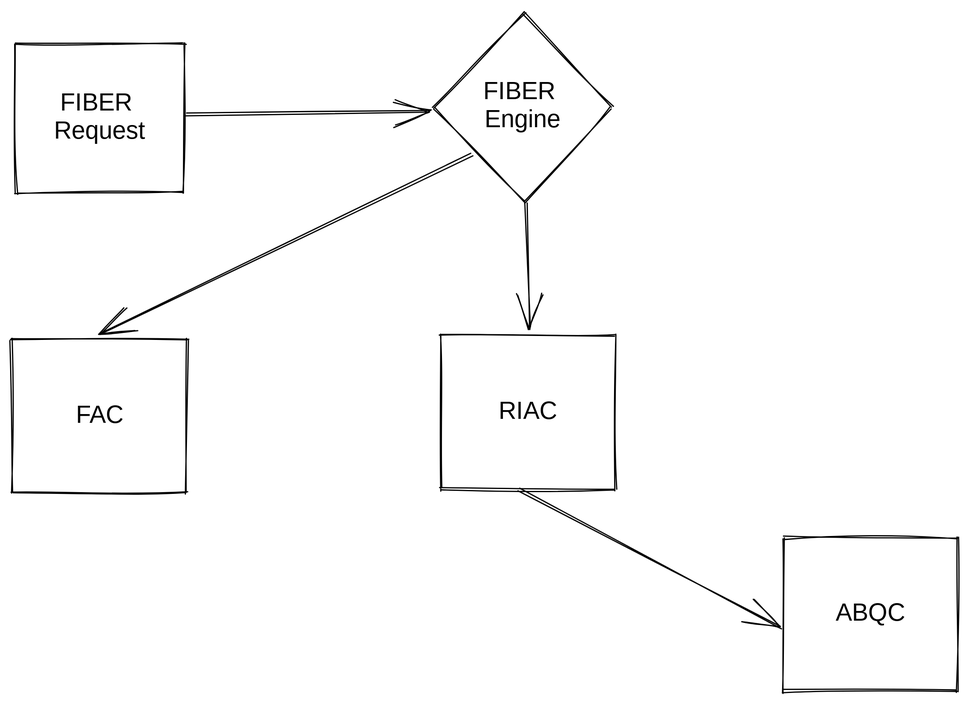
Earlier version of the Excalidraw export .gitbook/assets/file.drawing (2).svg (ferrumnet/ferrum-network-multiSwap-and-bridge-architecture). Source tidied: one line per element, renumbered; positions are measured from the earlier drawing's top-left corner, leaving out a move shared by most shapes. Its diagram source:
```json
{"id": 0, "type": "diamond", "strokeColor": "#000000", "strokeWidth": 1, "roughness": 1, "x": 343, "y": 0, "width": 144, "height": 154}
{"id": 1, "type": "rectangle", "strokeColor": "#000000", "strokeWidth": 1, "roughness": 1, "x": 3, "y": 26, "width": 137, "height": 122}
{"id": 2, "type": "text", "text": "FIBER \nRequest", "strokeColor": "#000000", "strokeWidth": 1, "roughness": 1, "fontSize": 20, "fontFamily": 1, "textAlign": "center", "verticalAlign": "middle", "inside": 1, "x": 8, "y": 63, "width": 127, "height": 46}
{"id": 3, "type": "arrow", "strokeColor": "#000000", "strokeWidth": 1, "roughness": 1, "endArrowhead": "arrow", "from": 1, "to": 0, "x": 141, "y": 83, "width": 198, "height": 2, "points": [[0, 0], [198, -2]]}
{"id": 4, "type": "text", "text": "FIBER \nEngine", "strokeColor": "#000000", "strokeWidth": 1, "roughness": 1, "fontSize": 20, "fontFamily": 1, "textAlign": "center", "verticalAlign": "middle", "inside": 0, "x": 348, "y": 54, "width": 134, "height": 46}
{"id": 5, "type": "rectangle", "strokeColor": "#000000", "strokeWidth": 1, "roughness": 1, "x": 0, "y": 266, "width": 142, "height": 126}
{"id": 6, "type": "rectangle", "strokeColor": "#000000", "strokeWidth": 1, "roughness": 1, "x": 349, "y": 263, "width": 142, "height": 126}
{"id": 7, "type": "rectangle", "strokeColor": "#000000", "strokeWidth": 1, "roughness": 1, "x": 627, "y": 427, "width": 142, "height": 126}
{"id": 8, "type": "text", "text": "FAC", "strokeColor": "#000000", "strokeWidth": 1, "roughness": 1, "fontSize": 20, "fontFamily": 1, "textAlign": "center", "verticalAlign": "middle", "inside": 5, "x": 5, "y": 317, "width": 132, "height": 23}
{"id": 9, "type": "text", "text": "RIAC", "strokeColor": "#000000", "strokeWidth": 1, "roughness": 1, "fontSize": 20, "fontFamily": 1, "textAlign": "center", "verticalAlign": "middle", "inside": 6, "x": 354, "y": 314, "width": 132, "height": 23}
{"id": 10, "type": "text", "text": "ABQC", "strokeColor": "#000000", "strokeWidth": 1, "roughness": 1, "fontSize": 20, "fontFamily": 1, "textAlign": "center", "verticalAlign": "middle", "inside": 7, "x": 632, "y": 478, "width": 132, "height": 23}
{"id": 11, "type": "arrow", "strokeColor": "#000000", "strokeWidth": 1, "roughness": 1, "endArrowhead": "arrow", "from": 0, "to": 5, "x": 374, "y": 116, "width": 301, "height": 146, "points": [[0, 0], [-301, 146]]}
{"id": 12, "type": "arrow", "strokeColor": "#000000", "strokeWidth": 1, "roughness": 1, "endArrowhead": "arrow", "from": 0, "to": 6, "x": 418, "y": 155, "width": 3, "height": 101, "points": [[0, 0], [3, 101]]}
{"id": 13, "type": "arrow", "strokeColor": "#000000", "strokeWidth": 1, "roughness": 1, "endArrowhead": "arrow", "to": 7, "x": 413, "y": 388, "width": 213, "height": 113, "points": [[0, 0], [213, 113]]}
```
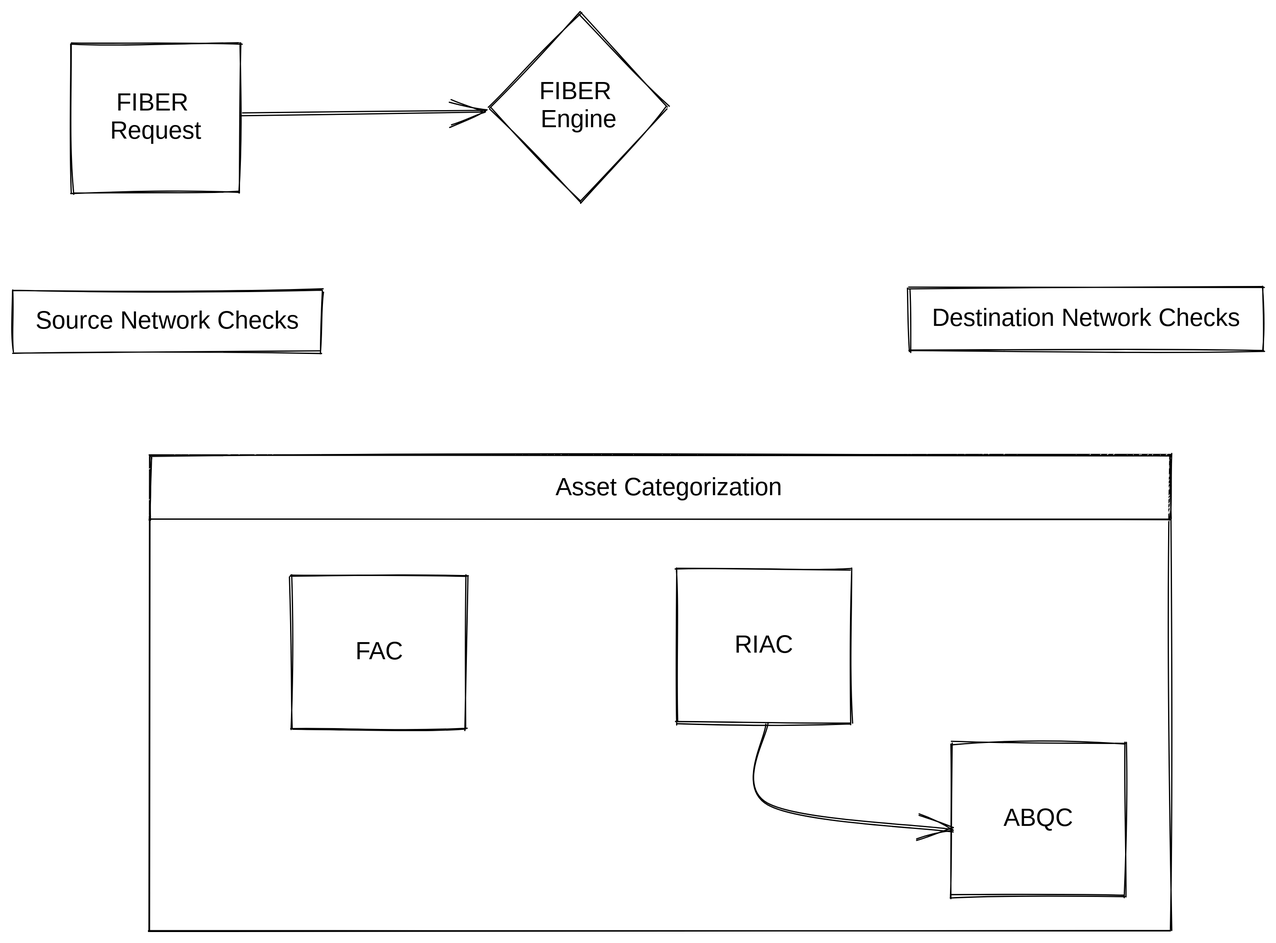
Above is the later version.

Commit message:
GitBook: [#109] No subject

Change to the diagram source:
```diff
@@ -3,12 +3,17 @@
 {"id": 2, "type": "text", "text": "FIBER \nRequest", "strokeColor": "#000000", "strokeWidth": 1, "roughness": 1, "fontSize": 20, "fontFamily": 1, "textAlign": "center", "verticalAlign": "middle", "inside": 1, "x": 8, "y": 63, "width": 127, "height": 46}
 {"id": 3, "type": "arrow", "strokeColor": "#000000", "strokeWidth": 1, "roughness": 1, "endArrowhead": "arrow", "from": 1, "to": 0, "x": 141, "y": 83, "width": 198, "height": 2, "points": [[0, 0], [198, -2]]}
 {"id": 4, "type": "text", "text": "FIBER \nEngine", "strokeColor": "#000000", "strokeWidth": 1, "roughness": 1, "fontSize": 20, "fontFamily": 1, "textAlign": "center", "verticalAlign": "middle", "inside": 0, "x": 348, "y": 54, "width": 134, "height": 46}
+{"id": 14, "type": "rectangle", "strokeColor": "#000000", "strokeWidth": 1, "roughness": 1, "x": -46, "y": 227, "width": 252, "height": 51}
+{"id": 15, "type": "rectangle", "strokeColor": "#000000", "strokeWidth": 1, "roughness": 1, "x": 684, "y": 225, "width": 289, "height": 51}
+{"id": 16, "type": "text", "text": "Source Network Checks", "strokeColor": "#000000", "strokeWidth": 1, "roughness": 1, "fontSize": 20, "fontFamily": 1, "textAlign": "center", "verticalAlign": "middle", "inside": 14, "x": -41, "y": 239, "width": 242, "height": 25}
+{"id": 17, "type": "text", "text": "Destination Network Checks", "strokeColor": "#000000", "strokeWidth": 1, "roughness": 1, "fontSize": 20, "fontFamily": 1, "textAlign": "center", "verticalAlign": "middle", "inside": 15, "x": 689, "y": 237, "width": 279, "height": 25}
+{"id": 18, "type": "rectangle", "strokeColor": "#000000", "backgroundColor": "#fff", "fillStyle": "hachure", "strokeWidth": 1, "roughness": 1, "x": 66, "y": 360, "width": 831, "height": 388}
-{"id": 5, "type": "rectangle", "strokeColor": "#000000", "strokeWidth": 1, "roughness": 1, "x": 0, "y": 266, "width": 142, "height": 126}
+{"id": 5, "type": "rectangle", "strokeColor": "#000000", "strokeWidth": 1, "roughness": 1, "x": 182, "y": 458, "width": 142, "height": 126}
-{"id": 6, "type": "rectangle", "strokeColor": "#000000", "strokeWidth": 1, "roughness": 1, "x": 349, "y": 263, "width": 142, "height": 126}
+{"id": 6, "type": "rectangle", "strokeColor": "#000000", "strokeWidth": 1, "roughness": 1, "x": 495, "y": 454, "width": 142, "height": 126}
-{"id": 7, "type": "rectangle", "strokeColor": "#000000", "strokeWidth": 1, "roughness": 1, "x": 627, "y": 427, "width": 142, "height": 126}
+{"id": 7, "type": "rectangle", "strokeColor": "#000000", "strokeWidth": 1, "roughness": 1, "x": 719, "y": 595, "width": 142, "height": 126}
-{"id": 8, "type": "text", "text": "FAC", "strokeColor": "#000000", "strokeWidth": 1, "roughness": 1, "fontSize": 20, "fontFamily": 1, "textAlign": "center", "verticalAlign": "middle", "inside": 5, "x": 5, "y": 317, "width": 132, "height": 23}
+{"id": 8, "type": "text", "text": "FAC", "strokeColor": "#000000", "strokeWidth": 1, "roughness": 1, "fontSize": 20, "fontFamily": 1, "textAlign": "center", "verticalAlign": "middle", "inside": 5, "x": 187, "y": 510, "width": 132, "height": 23}
-{"id": 9, "type": "text", "text": "RIAC", "strokeColor": "#000000", "strokeWidth": 1, "roughness": 1, "fontSize": 20, "fontFamily": 1, "textAlign": "center", "verticalAlign": "middle", "inside": 6, "x": 354, "y": 314, "width": 132, "height": 23}
+{"id": 9, "type": "text", "text": "RIAC", "strokeColor": "#000000", "strokeWidth": 1, "roughness": 1, "fontSize": 20, "fontFamily": 1, "textAlign": "center", "verticalAlign": "middle", "inside": 6, "x": 500, "y": 505, "width": 132, "height": 23}
-{"id": 10, "type": "text", "text": "ABQC", "strokeColor": "#000000", "strokeWidth": 1, "roughness": 1, "fontSize": 20, "fontFamily": 1, "textAlign": "center", "verticalAlign": "middle", "inside": 7, "x": 632, "y": 478, "width": 132, "height": 23}
+{"id": 10, "type": "text", "text": "ABQC", "strokeColor": "#000000", "strokeWidth": 1, "roughness": 1, "fontSize": 20, "fontFamily": 1, "textAlign": "center", "verticalAlign": "middle", "inside": 7, "x": 724, "y": 645, "width": 132, "height": 23}
-{"id": 11, "type": "arrow", "strokeColor": "#000000", "strokeWidth": 1, "roughness": 1, "endArrowhead": "arrow", "from": 0, "to": 5, "x": 374, "y": 116, "width": 301, "height": 146, "points": [[0, 0], [-301, 146]]}
-{"id": 12, "type": "arrow", "strokeColor": "#000000", "strokeWidth": 1, "roughness": 1, "endArrowhead": "arrow", "from": 0, "to": 6, "x": 418, "y": 155, "width": 3, "height": 101, "points": [[0, 0], [3, 101]]}
-{"id": 13, "type": "arrow", "strokeColor": "#000000", "strokeWidth": 1, "roughness": 1, "endArrowhead": "arrow", "to": 7, "x": 413, "y": 388, "width": 213, "height": 113, "points": [[0, 0], [213, 113]]}
+{"id": 19, "type": "rectangle", "strokeColor": "#000000", "backgroundColor": "#fff", "fillStyle": "hachure", "strokeWidth": 1, "roughness": 1, "x": 67, "y": 361, "width": 830, "height": 52}
+{"id": 20, "type": "text", "text": "Asset Categorization", "strokeColor": "#000000", "backgroundColor": "#fff", "fillStyle": "hachure", "strokeWidth": 1, "roughness": 1, "fontSize": 20, "fontFamily": 1, "x": 397, "y": 375, "width": 212, "height": 25}
+{"id": 21, "type": "arrow", "strokeColor": "#000000", "backgroundColor": "#fff", "fillStyle": "hachure", "strokeWidth": 1, "roughness": 1, "endArrowhead": "arrow", "from": 6, "x": 569, "y": 580, "width": 152, "height": 87, "points": [[0, 0], [0, 65], [151, 87]]}
```
